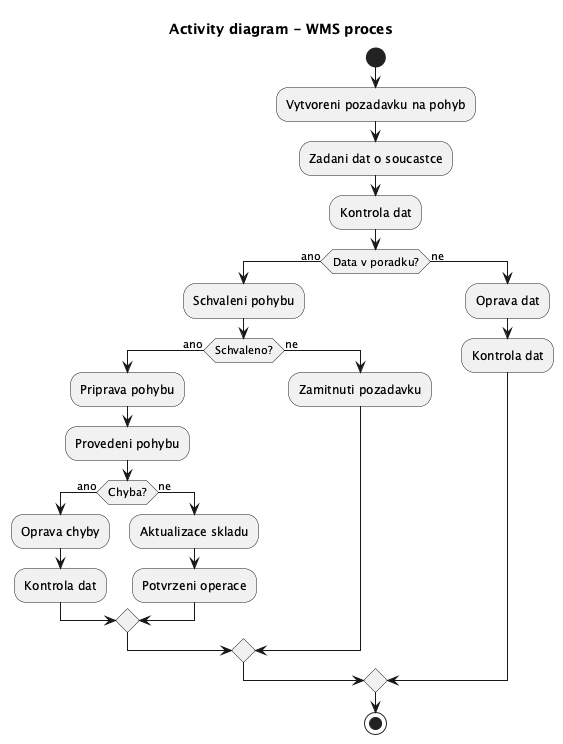
Above: docs/images/12_activity_wms.png in lkvapil/wms-elektronicke-soucastky (PlantUML), before the change.
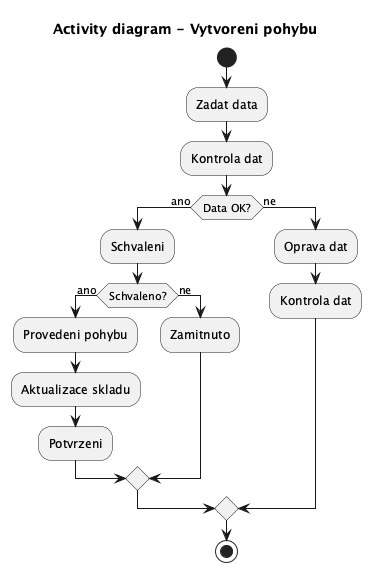
After the commit.

Diff of the diagram source:
```diff
@@ -1,30 +1,20 @@
 @startuml
-title Activity diagram - WMS proces
+title Activity diagram - Vytvoreni pohybu
 
 start
 
-:Vytvoreni pozadavku na pohyb;
-
-:Zadani dat o soucastce;
+:Zadat data;
 :Kontrola dat;
 
-if (Data v poradku?) then (ano)
-  :Schvaleni pohybu;
+if (Data OK?) then (ano)
+  :Schvaleni;
 
   if (Schvaleno?) then (ano)
-    :Priprava pohybu;
     :Provedeni pohybu;
-
-    if (Chyba?) then (ano)
-      :Oprava chyby;
-      :Kontrola dat;
-    else (ne)
-      :Aktualizace skladu;
-      :Potvrzeni operace;
-    endif
-
+    :Aktualizace skladu;
+    :Potvrzeni;
   else (ne)
-    :Zamitnuti pozadavku;
+    :Zamitnuto;
   endif
 
 else (ne)
```
